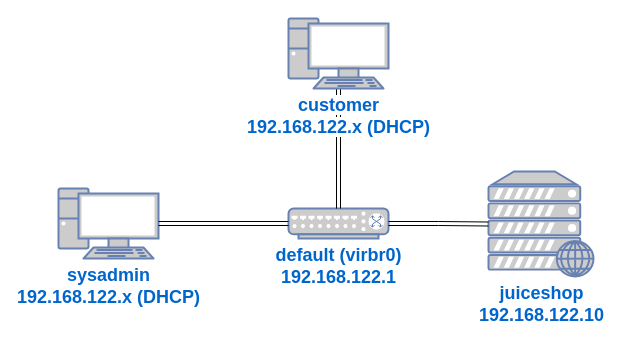
Earlier version of the draw.io diagram content/labs/diagrams/lab-01-juice-shop.drawio (bsebhat/bsebhat.github.io). Source tidied: cells renumbered, new cells numbered last; positions are measured from the earlier drawing's top-left corner, leaving out a move shared by most shapes. Both pictures are drawn from the tidied source at 100%, with x=0, y=0 at pixel (58, 18).
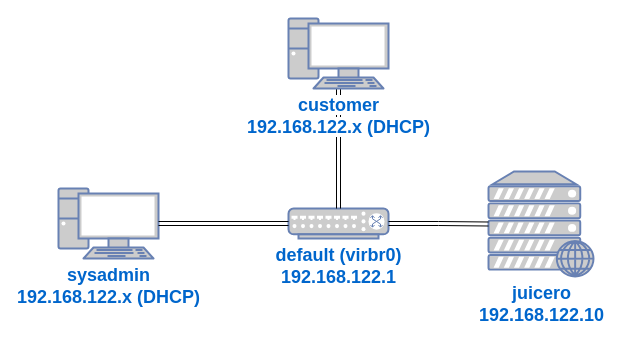
The same diagram, later.

Change to the diagram source:
```diff
@@
 <mxGraphModel>
   <root>
     <mxCell id="0" />
     <mxCell id="1" parent="0" />
     <mxCell id="2" value="&lt;b style=&quot;border-color: var(--border-color);&quot;&gt;&lt;font style=&quot;border-color: var(--border-color); font-size: 18px;&quot;&gt;default (virbr0)&lt;br style=&quot;border-color: var(--border-color);&quot;&gt;192.168.122.1&lt;/font&gt;&lt;/b&gt;" style="fontColor=#0066CC;verticalAlign=top;verticalLabelPosition=bottom;labelPosition=center;align=center;html=1;outlineConnect=0;fillColor=#CCCCCC;strokeColor=#6881B3;gradientColor=none;gradientDirection=north;strokeWidth=2;shape=mxgraph.networks.switch;" parent="1" vertex="1">
       <mxGeometry x="230" y="190" width="100" height="30" as="geometry" />
     </mxCell>
-    <mxCell id="3" value="&lt;b style=&quot;border-color: var(--border-color);&quot;&gt;&lt;font style=&quot;border-color: var(--border-color); font-size: 18px;&quot;&gt;juiceshop&lt;br style=&quot;border-color: var(--border-color);&quot;&gt;192.168.122.10&lt;/font&gt;&lt;/b&gt;" style="fontColor=#0066CC;verticalAlign=top;verticalLabelPosition=bottom;labelPosition=center;align=center;html=1;outlineConnect=0;fillColor=#CCCCCC;strokeColor=#6881B3;gradientColor=none;gradientDirection=north;strokeWidth=2;shape=mxgraph.networks.web_server;" parent="1" vertex="1">
+    <mxCell id="3" value="&lt;b style=&quot;border-color: var(--border-color);&quot;&gt;&lt;font style=&quot;border-color: var(--border-color); font-size: 18px;&quot;&gt;juicero&lt;br style=&quot;border-color: var(--border-color);&quot;&gt;192.168.122.10&lt;/font&gt;&lt;/b&gt;" style="fontColor=#0066CC;verticalAlign=top;verticalLabelPosition=bottom;labelPosition=center;align=center;html=1;outlineConnect=0;fillColor=#CCCCCC;strokeColor=#6881B3;gradientColor=none;gradientDirection=north;strokeWidth=2;shape=mxgraph.networks.web_server;" parent="1" vertex="1">
       <mxGeometry x="430" y="153" width="105" height="105" as="geometry" />
     </mxCell>
     <mxCell id="4" style="edgeStyle=orthogonalEdgeStyle;shape=link;rounded=0;jettySize=auto;html=1;exitX=1;exitY=0.5;exitDx=0;exitDy=0;exitPerimeter=0;" parent="1" edge="1" source="2" target="3">
       <mxGeometry relative="1" as="geometry" />
     </mxCell>
     <mxCell id="5" value="&lt;b&gt;&lt;font style=&quot;font-size: 18px;&quot;&gt;sysadmin&lt;br&gt;192.168.122.x (DHCP)&lt;/font&gt;&lt;/b&gt;" style="fontColor=#0066CC;verticalAlign=top;verticalLabelPosition=bottom;labelPosition=center;align=center;html=1;outlineConnect=0;fillColor=#CCCCCC;strokeColor=#6881B3;gradientColor=none;gradientDirection=north;strokeWidth=2;shape=mxgraph.networks.pc;" parent="1" vertex="1">
       <mxGeometry y="170" width="100" height="70" as="geometry" />
     </mxCell>
     <mxCell id="6" style="edgeStyle=orthogonalEdgeStyle;shape=link;rounded=0;jettySize=auto;html=1;exitX=0;exitY=0.5;exitDx=0;exitDy=0;exitPerimeter=0;" parent="1" edge="1" source="2" target="5">
       <mxGeometry relative="1" as="geometry" />
     </mxCell>
     <mxCell id="7" style="edgeStyle=orthogonalEdgeStyle;shape=link;rounded=0;jettySize=auto;html=1;exitX=0.5;exitY=1;exitDx=0;exitDy=0;exitPerimeter=0;" parent="1" edge="1" source="8" target="2">
       <mxGeometry relative="1" as="geometry" />
     </mxCell>
     <mxCell id="8" value="&lt;b&gt;&lt;font style=&quot;font-size: 18px; background-color: rgb(255, 255, 255);&quot;&gt;customer&lt;br&gt;192.168.122.x (DHCP)&lt;/font&gt;&lt;/b&gt;" style="fontColor=#0066CC;verticalAlign=top;verticalLabelPosition=bottom;labelPosition=center;align=center;html=1;outlineConnect=0;fillColor=#CCCCCC;strokeColor=#6881B3;gradientColor=none;gradientDirection=north;strokeWidth=2;shape=mxgraph.networks.pc;" parent="1" vertex="1">
       <mxGeometry x="230" width="100" height="70" as="geometry" />
     </mxCell>
   </root>
 </mxGraphModel>
```
